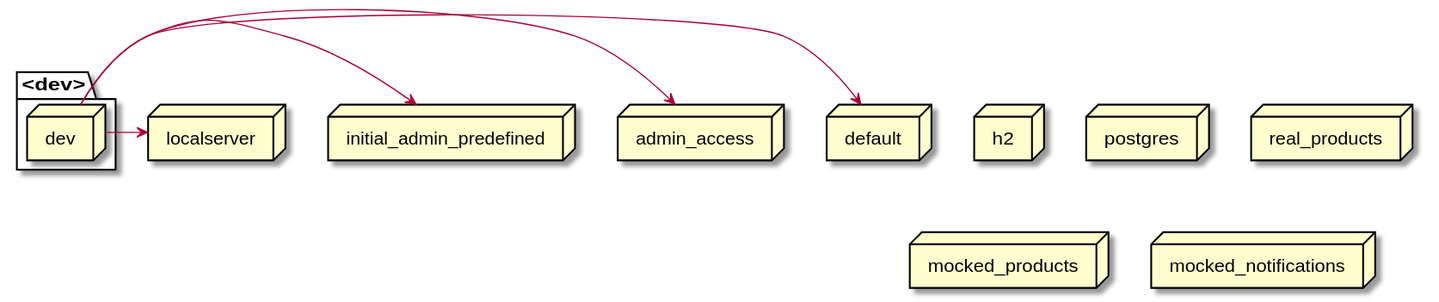
mercedes-benz/sechub keeps this PlantUML diagram as docs/latest/images/gen_springprofiles-dev.svg. Above is the earlier version.
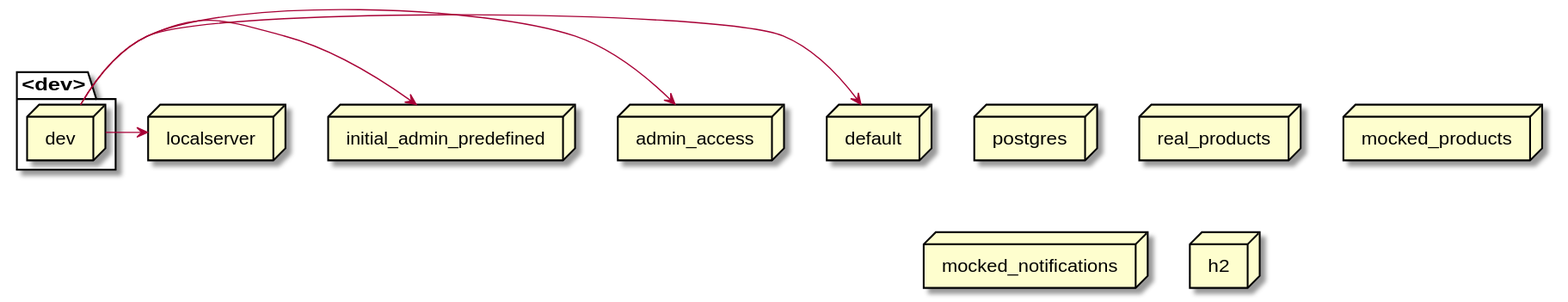
The same file after the commit.

Change to the diagram source:
```diff
@@ -1,16 +1,16 @@
 @startuml
+node default
+node initial_admin_predefined
+node postgres
+node real_products
+node mocked_products
+node mocked_notifications
+node localserver
+node admin_access
 node h2
-node postgres
-node initial_admin_predefined
-node real_products
 package <dev>{
    node dev
 }
-node localserver
-node default
-node admin_access
-node mocked_products
-node mocked_notifications
 dev -> localserver
 dev -> initial_admin_predefined
 dev -> admin_access
```
